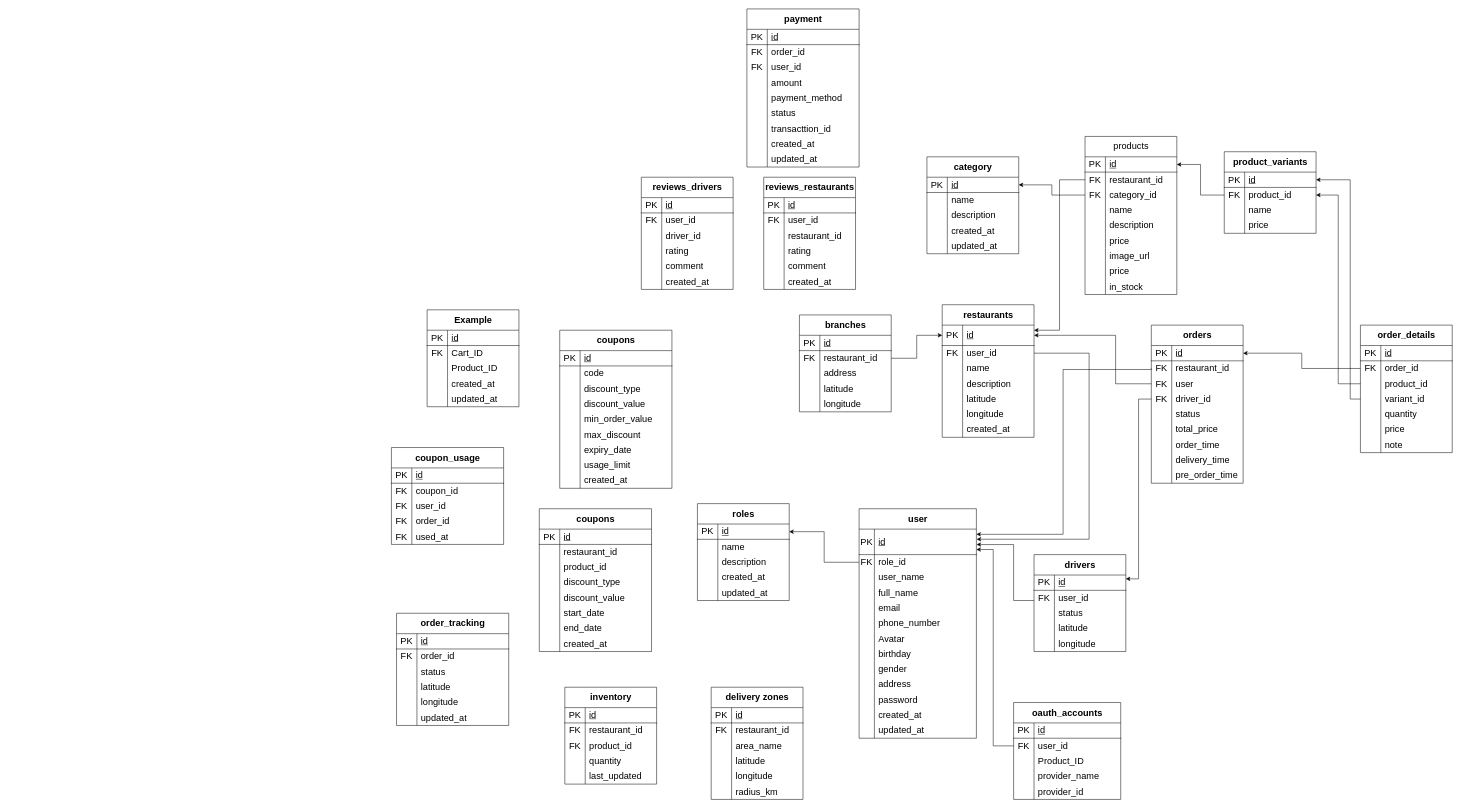
Before: DATN.drawio in ntuananhdevs/DATN-DevFoods, a draw.io diagram. Source tidied: cells renumbered, new cells numbered last; positions are measured from the earlier drawing's top-left corner, leaving out a move shared by most shapes. Both pictures are drawn from the tidied source at 51%, with x=0, y=0 at pixel (391, 9).
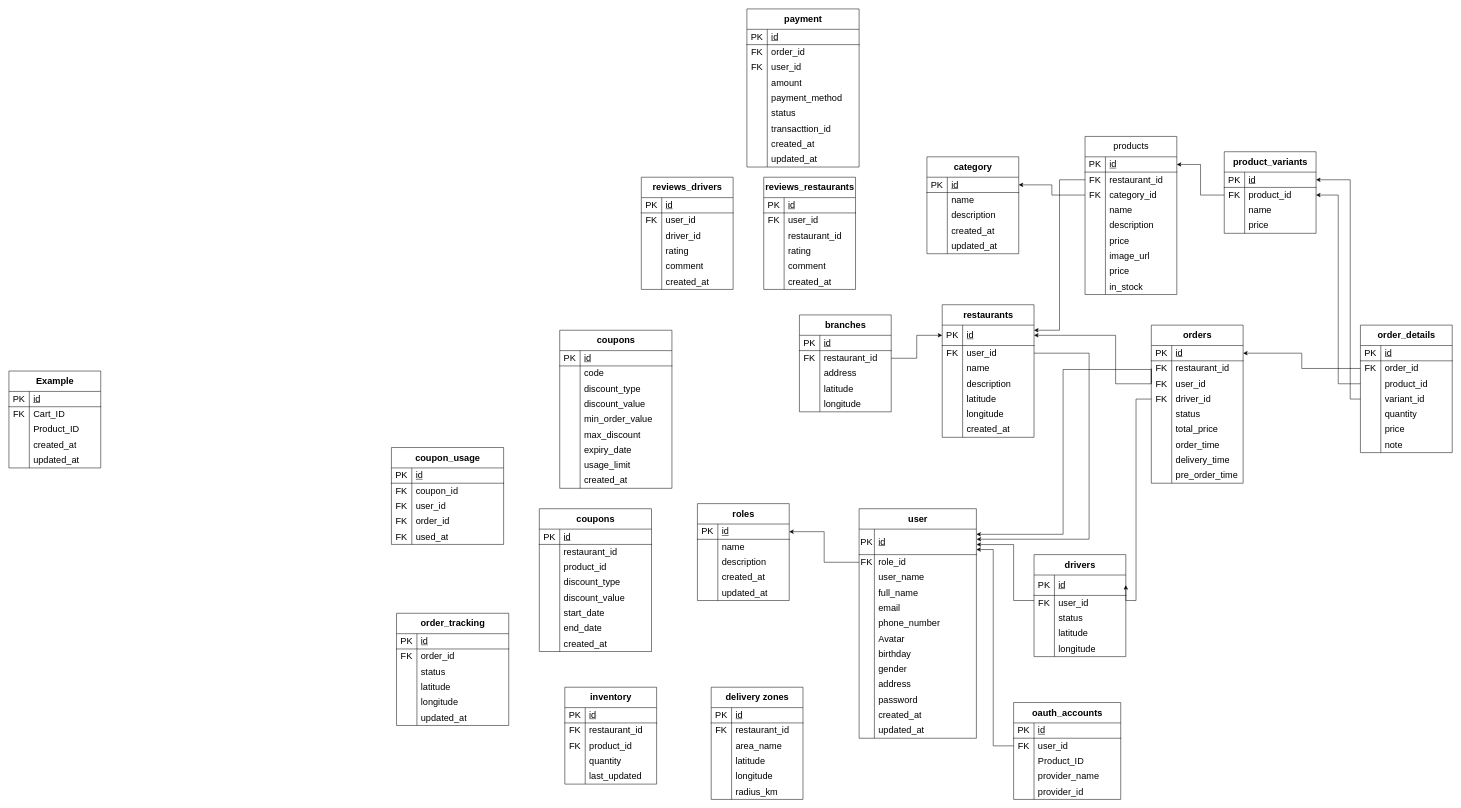
The same page after the edit.

Commit message (it also covers changes not shown here):
Cập nhật DATN.drawio

The change refers to these unchanged cells:
```xml
<mxCell id="6" style="shape=tableRow;horizontal=0;startSize=0;swimlaneHead=0;swimlaneBody=0;fillColor=none;points=[[0,0.5],[1,0.5]];portConstraint=eastwest;top=0;left=0;right=0;bottom=0;fontStyle=0;strokeWidth=1;fontSize=18;" parent="2" vertex="1">
  <mxGeometry y="70" width="180" height="30" as="geometry" />
</mxCell>
<mxCell id="9" style="shape=tableRow;horizontal=0;startSize=0;swimlaneHead=0;swimlaneBody=0;fillColor=none;points=[[0,0.5],[1,0.5]];portConstraint=eastwest;top=0;left=0;right=0;bottom=0;fontStyle=0;strokeWidth=1;fontSize=18;" parent="2" vertex="1">
  <mxGeometry y="100" width="180" height="30" as="geometry" />
</mxCell>
<mxCell id="12" style="shape=tableRow;horizontal=0;startSize=0;swimlaneHead=0;swimlaneBody=0;fillColor=none;points=[[0,0.5],[1,0.5]];portConstraint=eastwest;top=0;left=0;right=0;bottom=0;fontStyle=0;strokeWidth=1;fontSize=18;" parent="2" vertex="1">
  <mxGeometry y="130" width="180" height="30" as="geometry" />
</mxCell>
<mxCell id="31" style="shape=tableRow;horizontal=0;startSize=0;swimlaneHead=0;swimlaneBody=0;fillColor=none;points=[[0,0.5],[1,0.5]];portConstraint=eastwest;top=0;left=0;right=0;bottom=1;fontStyle=0;strokeWidth=1;fontSize=18;" parent="30" vertex="1">
  <mxGeometry y="40" width="230" height="50" as="geometry" />
</mxCell>
<mxCell id="105" style="shape=tableRow;horizontal=0;startSize=0;swimlaneHead=0;swimlaneBody=0;fillColor=none;points=[[0,0.5],[1,0.5]];portConstraint=eastwest;top=0;left=0;right=0;bottom=1;fontStyle=0;strokeWidth=1;fontSize=18;" parent="104" vertex="1">
  <mxGeometry y="40" width="180" height="40" as="geometry" />
</mxCell>
```

What changed in the source:
```diff
@@
-    <mxCell id="11" value="user" style="shape=partialRectangle;fillColor=none;top=0;left=0;bottom=0;right=0;align=left;spacingLeft=6;overflow=hidden;whiteSpace=wrap;html=1;fontStyle=0;strokeWidth=1;fontSize=18;" parent="9" vertex="1">
+    <mxCell id="11" value="user_id" style="shape=partialRectangle;fillColor=none;top=0;left=0;bottom=0;right=0;align=left;spacingLeft=6;overflow=hidden;whiteSpace=wrap;html=1;fontStyle=0;strokeWidth=1;fontSize=18;" parent="9" vertex="1">
       <mxGeometry x="40" width="140" height="30" as="geometry" />
     </mxCell>
@@
     <mxCell id="204" value="&lt;b&gt;drivers&lt;/b&gt;" style="shape=table;startSize=40;childLayout=tableLayout;rowLines=0;fontStyle=0;align=center;html=1;strokeWidth=1;fontSize=18;" parent="1" vertex="1">
-      <mxGeometry x="1260" y="1070" width="180" height="190" as="geometry" />
+      <mxGeometry x="1260" y="1070" width="180" height="200" as="geometry" />
     </mxCell>
     <mxCell id="205" style="shape=tableRow;horizontal=0;startSize=0;swimlaneHead=0;swimlaneBody=0;fillColor=none;points=[[0,0.5],[1,0.5]];portConstraint=eastwest;top=0;left=0;right=0;bottom=1;fontStyle=0;strokeWidth=1;fontSize=18;" parent="204" vertex="1">
-      <mxGeometry y="40" width="180" height="30" as="geometry" />
+      <mxGeometry y="40" width="180" height="40" as="geometry" />
     </mxCell>
     <mxCell id="206" value="PK" style="shape=partialRectangle;fillColor=none;top=0;left=0;bottom=0;right=0;fontStyle=0;overflow=hidden;whiteSpace=wrap;html=1;strokeWidth=1;fontSize=18;" parent="205" vertex="1">
-      <mxGeometry width="40" height="30" as="geometry" />
+      <mxGeometry width="40" height="40" as="geometry" />
     </mxCell>
     <mxCell id="207" value="id" style="shape=partialRectangle;fillColor=none;top=0;left=0;bottom=0;right=0;align=left;spacingLeft=6;fontStyle=4;overflow=hidden;whiteSpace=wrap;html=1;strokeWidth=1;fontSize=18;" parent="205" vertex="1">
-      <mxGeometry x="40" width="140" height="30" as="geometry" />
+      <mxGeometry x="40" width="140" height="40" as="geometry" />
     </mxCell>
     <mxCell id="208" style="shape=tableRow;horizontal=0;startSize=0;swimlaneHead=0;swimlaneBody=0;fillColor=none;top=0;left=0;right=0;bottom=0;fontStyle=0;strokeWidth=1;fontSize=18;" parent="204" vertex="1">
-      <mxGeometry y="70" width="180" height="30" as="geometry" />
+      <mxGeometry y="80" width="180" height="30" as="geometry" />
     </mxCell>
@@
     <mxCell id="211" style="shape=tableRow;horizontal=0;startSize=0;swimlaneHead=0;swimlaneBody=0;fillColor=none;top=0;left=0;right=0;bottom=0;fontStyle=0;strokeWidth=1;fontSize=18;" parent="204" vertex="1">
-      <mxGeometry y="100" width="180" height="30" as="geometry" />
+      <mxGeometry y="110" width="180" height="30" as="geometry" />
     </mxCell>
@@
     <mxCell id="214" style="shape=tableRow;horizontal=0;startSize=0;swimlaneHead=0;swimlaneBody=0;fillColor=none;top=0;left=0;right=0;bottom=0;fontStyle=0;strokeWidth=1;fontSize=18;" parent="204" vertex="1">
-      <mxGeometry y="130" width="180" height="30" as="geometry" />
+      <mxGeometry y="140" width="180" height="30" as="geometry" />
     </mxCell>
@@
     <mxCell id="217" style="shape=tableRow;horizontal=0;startSize=0;swimlaneHead=0;swimlaneBody=0;fillColor=none;top=0;left=0;right=0;bottom=0;fontStyle=0;strokeWidth=1;fontSize=18;" parent="204" vertex="1">
-      <mxGeometry y="160" width="180" height="30" as="geometry" />
+      <mxGeometry y="170" width="180" height="30" as="geometry" />
     </mxCell>
@@
     <mxCell id="221" value="&lt;b&gt;Example&lt;/b&gt;" style="shape=table;startSize=40;childLayout=tableLayout;rowLines=0;fontStyle=0;align=center;html=1;strokeWidth=1;fontSize=18;" parent="1" vertex="1">
-      <mxGeometry x="70" y="590" width="180" height="190" as="geometry" />
+      <mxGeometry x="-750" y="710" width="180" height="190" as="geometry" />
     </mxCell>
@@
-    <mxCell id="260" style="edgeStyle=orthogonalEdgeStyle;rounded=0;jettySize=auto;html=1;exitX=0;exitY=0.5;exitDx=0;exitDy=0;entryX=1;entryY=0.5;entryDx=0;entryDy=0;" parent="1" edge="1" source="9" target="105">
+    <mxCell id="260" style="edgeStyle=orthogonalEdgeStyle;rounded=0;jettySize=auto;html=1;entryX=1;entryY=0.5;entryDx=0;entryDy=0;exitX=0;exitY=0.5;exitDx=0;exitDy=0;" parent="1" edge="1" source="6" target="105">
       <mxGeometry relative="1" as="geometry">
         <Array as="points">
           <mxPoint x="1420" y="735" />
           <mxPoint x="1420" y="640" />
         </Array>
       </mxGeometry>
     </mxCell>
-    <mxCell id="261" style="edgeStyle=orthogonalEdgeStyle;rounded=0;jettySize=auto;html=1;exitX=0;exitY=0.5;exitDx=0;exitDy=0;entryX=1;entryY=0.204;entryDx=0;entryDy=0;entryPerimeter=0;" parent="1" edge="1" source="6" target="31">
+    <mxCell id="261" style="edgeStyle=orthogonalEdgeStyle;rounded=0;jettySize=auto;html=1;exitX=0;exitY=0.5;exitDx=0;exitDy=0;entryX=1;entryY=0.204;entryDx=0;entryDy=0;entryPerimeter=0;" parent="1" edge="1" source="9" target="31">
       <mxGeometry relative="1" as="geometry">
         <Array as="points">
           <mxPoint x="1490" y="707" />
           <mxPoint x="1317" y="707" />
           <mxPoint x="1317" y="1030" />
         </Array>
       </mxGeometry>
     </mxCell>
-    <mxCell id="262" style="edgeStyle=orthogonalEdgeStyle;rounded=0;jettySize=auto;html=1;exitX=0;exitY=0.5;exitDx=0;exitDy=0;entryX=1;entryY=0.25;entryDx=0;entryDy=0;" parent="1" edge="1" source="12" target="204">
-      <mxGeometry relative="1" as="geometry" />
+    <mxCell id="262" style="edgeStyle=orthogonalEdgeStyle;rounded=0;jettySize=auto;html=1;exitX=0;exitY=0.5;exitDx=0;exitDy=0;entryX=1;entryY=0.5;entryDx=0;entryDy=0;" parent="1" edge="1" source="12" target="205">
+      <mxGeometry relative="1" as="geometry">
+        <Array as="points">
+          <mxPoint x="1460" y="765" />
+          <mxPoint x="1460" y="1160" />
+        </Array>
+      </mxGeometry>
     </mxCell>
```
